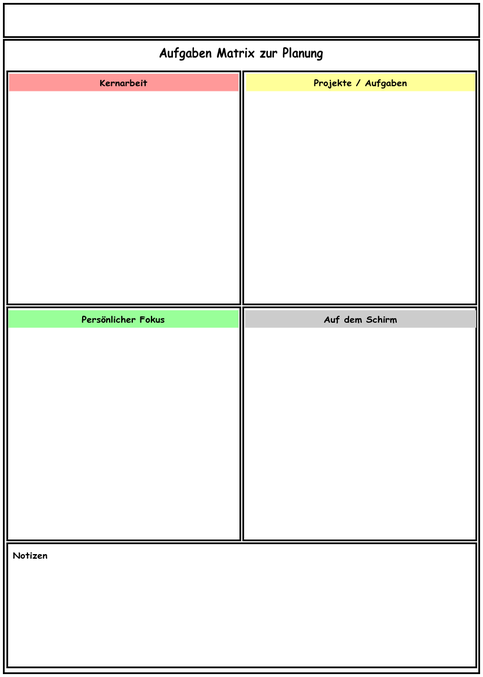
Before: src/res/RMPP-Planner-Task-Matrix.png, a diagram exported from draw.io (raibru/note-planner). Source tidied: cells renumbered, new cells last; positions are measured from the earlier drawing's top-left corner, leaving out a move shared by most shapes.
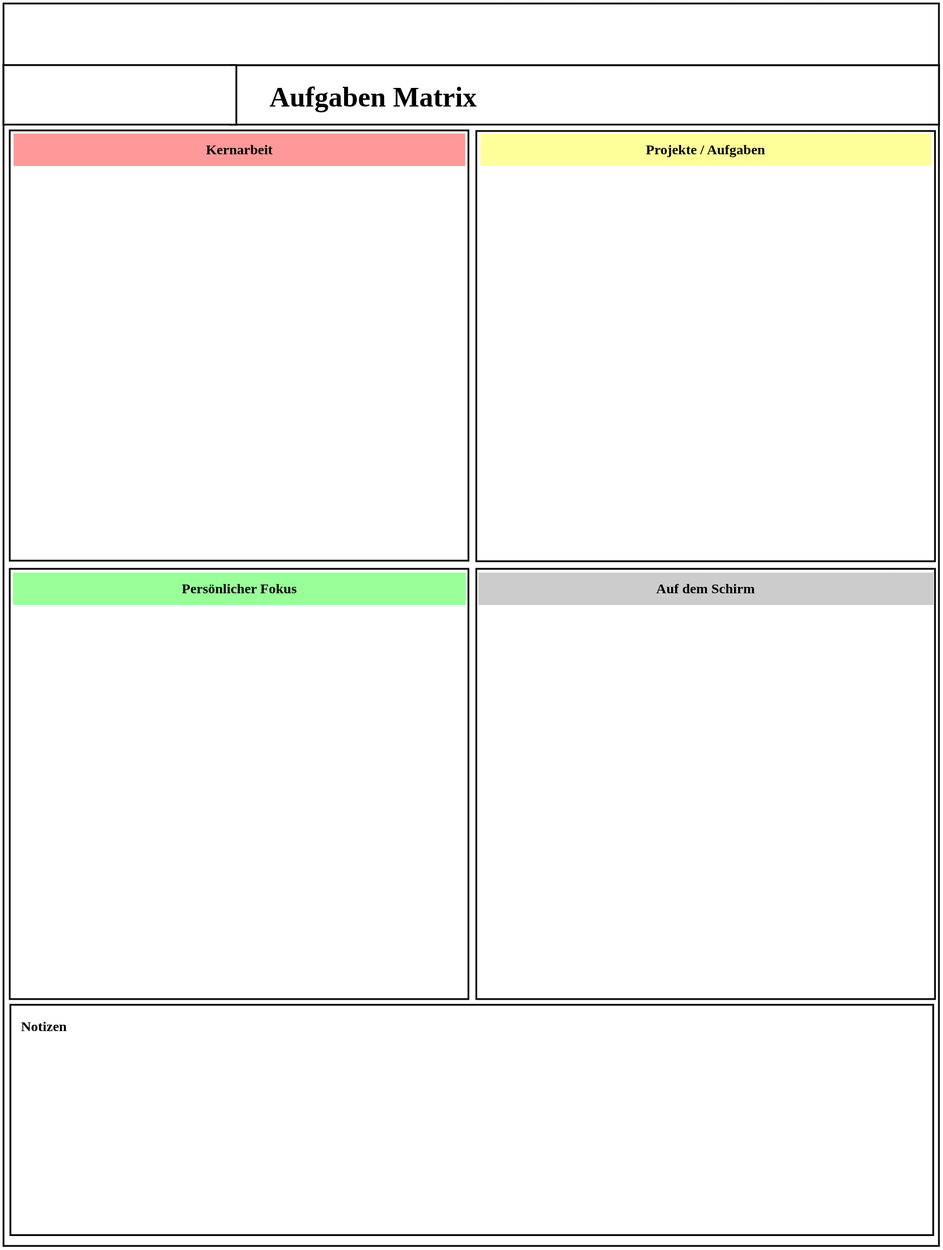
The same file after the commit.

Commit message:
FEAT(rmpp): merge plan into cal with v3

Diff of the diagram source:
```diff
@@ -2,53 +2,62 @@
   <root>
     <mxCell id="0" />
     <mxCell id="1" parent="0" />
+    <mxCell id="18" style="group;" parent="1" vertex="1">
+      <mxGeometry x="-822" y="5" width="1605" height="2134" as="geometry" />
+    </mxCell>
-    <mxCell id="2" style="group;fillColor=default;fillStyle=solid;" parent="1" vertex="1">
-      <mxGeometry x="399" width="417" height="1149" as="geometry" />
+    <mxCell id="2" style="group;fillColor=default;fillStyle=solid;" parent="18" vertex="1">
+      <mxGeometry x="783.8" width="821.2" height="2134" as="geometry" />
     </mxCell>
     <mxCell id="3" style="rounded=0;whiteSpace=wrap;html=1;strokeWidth=3;" parent="2" vertex="1">
-      <mxGeometry x="-399" y="61.9" width="816" height="1087.1" as="geometry" />
+      <mxGeometry x="-785.8" y="105.9" width="1607" height="2028.1" as="geometry" />
     </mxCell>
     <mxCell id="4" style="rounded=0;whiteSpace=wrap;html=1;strokeWidth=3;" parent="2" vertex="1">
-      <mxGeometry x="-399" width="816" height="57.1" as="geometry" />
+      <mxGeometry x="-785.8" width="1607" height="106.1" as="geometry" />
     </mxCell>
     <mxCell id="5" style="group;" parent="2" vertex="1">
-      <mxGeometry x="196.4" y="4.8" width="24.1" height="19" as="geometry" />
+      <mxGeometry x="386.8" y="8.8" width="47.5" height="35.4" as="geometry" />
     </mxCell>
     <mxCell id="6" style="group;" parent="5" vertex="1">
-      <mxGeometry width="24.1" height="19" as="geometry" />
+      <mxGeometry width="47.5" height="35.4" as="geometry" />
     </mxCell>
-    <mxCell id="7" value="&lt;font style=&quot;font-size: 20px;&quot; face=&quot;Comic Sans MS&quot;&gt;&lt;b style=&quot;&quot;&gt;Aufgaben Matrix zur Planung&lt;/b&gt;&lt;/font&gt;" style="text;html=1;align=center;verticalAlign=middle;whiteSpace=wrap;rounded=0;" parent="2" vertex="1">
-      <mxGeometry x="-389" y="68" width="795" height="30" as="geometry" />
-    </mxCell>
-    <mxCell id="8" style="whiteSpace=wrap;html=1;strokeWidth=3;" parent="2" vertex="1">
-      <mxGeometry x="-393" y="116" width="400" height="400" as="geometry" />
-    </mxCell>
-    <mxCell id="9" style="whiteSpace=wrap;html=1;strokeWidth=3;" parent="2" vertex="1">
-      <mxGeometry x="12" y="116" width="400" height="400" as="geometry" />
-    </mxCell>
-    <mxCell id="10" style="whiteSpace=wrap;html=1;strokeWidth=3;" parent="2" vertex="1">
-      <mxGeometry x="12" y="521" width="400" height="400" as="geometry" />
-    </mxCell>
-    <mxCell id="11" value="&lt;font style=&quot;font-size: 16px;&quot; face=&quot;Comic Sans MS&quot;&gt;&lt;b&gt;Kernarbeit&lt;/b&gt;&lt;/font&gt;" style="text;html=1;align=center;verticalAlign=middle;whiteSpace=wrap;rounded=0;fillColor=#FF9999;fillStyle=solid;" parent="2" vertex="1">
-      <mxGeometry x="-390" y="120" width="394" height="30" as="geometry" />
-    </mxCell>
-    <mxCell id="12" value="&lt;font style=&quot;font-size: 16px;&quot; face=&quot;Comic Sans MS&quot;&gt;&lt;b&gt;Projekte / Aufgaben&lt;/b&gt;&lt;/font&gt;" style="text;html=1;align=center;verticalAlign=middle;whiteSpace=wrap;rounded=0;fillColor=#FFFF99;fillStyle=solid;" parent="2" vertex="1">
-      <mxGeometry x="17" y="120" width="393" height="30" as="geometry" />
+    <mxCell id="12" value="&lt;font face=&quot;Comic Sans MS&quot;&gt;&lt;b&gt;Projekte / Aufgaben&lt;/b&gt;&lt;/font&gt;" style="text;html=1;align=center;verticalAlign=middle;whiteSpace=wrap;rounded=0;fillColor=#FFFF99;fillStyle=solid;fontSize=24;" parent="2" vertex="1">
+      <mxGeometry x="33.5" y="222.9" width="773.9" height="55.7" as="geometry" />
     </mxCell>
-    <mxCell id="13" value="&lt;font style=&quot;font-size: 16px;&quot; face=&quot;Comic Sans MS&quot;&gt;&lt;b&gt;Auf dem Schirm&lt;/b&gt;&lt;/font&gt;" style="text;html=1;align=center;verticalAlign=middle;whiteSpace=wrap;rounded=0;fillColor=#CCCCCC;fillStyle=solid;" parent="2" vertex="1">
-      <mxGeometry x="15" y="526" width="397" height="30" as="geometry" />
+    <mxCell id="13" value="&lt;font face=&quot;Comic Sans MS&quot;&gt;&lt;b&gt;Auf dem Schirm&lt;/b&gt;&lt;/font&gt;" style="text;html=1;align=center;verticalAlign=middle;whiteSpace=wrap;rounded=0;fillColor=#CCCCCC;fillStyle=solid;fontSize=24;" parent="2" vertex="1">
+      <mxGeometry x="29.5" y="976.9" width="781.8" height="55.7" as="geometry" />
     </mxCell>
-    <mxCell id="14" style="whiteSpace=wrap;html=1;strokeWidth=3;" parent="2" vertex="1">
-      <mxGeometry x="-393" y="521" width="400" height="400" as="geometry" />
-    </mxCell>
-    <mxCell id="15" value="&lt;font style=&quot;font-size: 16px;&quot; face=&quot;Comic Sans MS&quot;&gt;&lt;b&gt;Persönlicher Fokus&lt;/b&gt;&lt;/font&gt;" style="text;html=1;align=center;verticalAlign=middle;whiteSpace=wrap;rounded=0;fillColor=#99FF99;fillStyle=solid;" parent="2" vertex="1">
-      <mxGeometry x="-391" y="526" width="395" height="30" as="geometry" />
+    <mxCell id="15" value="&lt;font face=&quot;Comic Sans MS&quot;&gt;&lt;b&gt;Persönlicher Fokus&lt;/b&gt;&lt;/font&gt;" style="text;html=1;align=center;verticalAlign=middle;whiteSpace=wrap;rounded=0;fillColor=#99FF99;fillStyle=solid;fontSize=24;" parent="2" vertex="1">
+      <mxGeometry x="-770" y="976.9" width="777.9" height="55.7" as="geometry" />
     </mxCell>
     <mxCell id="16" style="rounded=0;whiteSpace=wrap;html=1;strokeWidth=3;" parent="2" vertex="1">
-      <mxGeometry x="-393" y="926" width="805" height="213" as="geometry" />
+      <mxGeometry x="-773.9" y="1719.8" width="1585.3" height="395.6" as="geometry" />
     </mxCell>
+    <mxCell id="19" style="rounded=0;whiteSpace=wrap;html=1;strokeWidth=3;" parent="2" vertex="1">
+      <mxGeometry x="-395.8" y="106.1" width="1217" height="101.9" as="geometry" />
+    </mxCell>
+    <mxCell id="11" value="&lt;font face=&quot;Comic Sans MS&quot;&gt;&lt;b&gt;Kernarbeit&lt;/b&gt;&lt;/font&gt;" style="text;html=1;align=center;verticalAlign=middle;whiteSpace=wrap;rounded=0;fillColor=#FF9999;fillStyle=solid;fontSize=24;" parent="2" vertex="1">
+      <mxGeometry x="-769" y="222.9" width="775.9" height="55.7" as="geometry" />
+    </mxCell>
+    <mxCell id="20" style="rounded=0;whiteSpace=wrap;html=1;strokeWidth=3;fillColor=none;" parent="2" vertex="1">
+      <mxGeometry x="26.5" y="971" width="788" height="739" as="geometry" />
+    </mxCell>
+    <mxCell id="21" style="rounded=0;whiteSpace=wrap;html=1;strokeWidth=3;fillColor=none;" parent="2" vertex="1">
+      <mxGeometry x="26.5" y="219" width="788" height="739" as="geometry" />
+    </mxCell>
+    <mxCell id="7" value="&lt;font style=&quot;font-size: 48px;&quot; face=&quot;Comic Sans MS&quot;&gt;&lt;b style=&quot;&quot;&gt;Aufgaben Matrix&lt;/b&gt;&lt;/font&gt;" style="text;html=1;align=left;verticalAlign=middle;whiteSpace=wrap;rounded=0;" parent="2" vertex="1">
+      <mxGeometry x="-330.8" y="122" width="1143.5" height="76.2" as="geometry" />
+    </mxCell>
-    <mxCell id="17" value="&lt;font style=&quot;font-size: 16px;&quot; face=&quot;Comic Sans MS&quot;&gt;&lt;b&gt;Notizen&lt;/b&gt;&lt;/font&gt;" style="text;html=1;align=left;verticalAlign=middle;whiteSpace=wrap;rounded=0;" parent="1" vertex="1">
-      <mxGeometry x="14" y="931" width="784" height="30" as="geometry" />
+    <mxCell id="17" value="&lt;font face=&quot;Comic Sans MS&quot;&gt;&lt;b&gt;Notizen&lt;/b&gt;&lt;/font&gt;" style="text;html=1;align=left;verticalAlign=middle;whiteSpace=wrap;rounded=0;fontSize=24;" parent="18" vertex="1">
+      <mxGeometry x="25.6" y="1729.1" width="1544" height="55.7" as="geometry" />
     </mxCell>
+    <mxCell id="22" style="rounded=0;whiteSpace=wrap;html=1;strokeWidth=3;" parent="18" vertex="1">
+      <mxGeometry x="-2" y="105.9" width="400" height="102.2" as="geometry" />
+    </mxCell>
+    <mxCell id="23" style="rounded=0;whiteSpace=wrap;html=1;strokeWidth=3;fillColor=none;" parent="1" vertex="1">
+      <mxGeometry x="-813.3" y="976" width="788" height="739" as="geometry" />
+    </mxCell>
+    <mxCell id="24" style="rounded=0;whiteSpace=wrap;html=1;strokeWidth=3;fillColor=none;" parent="1" vertex="1">
+      <mxGeometry x="-813.3" y="223" width="788" height="739" as="geometry" />
+    </mxCell>
   </root>
 </mxGraphModel>
```
